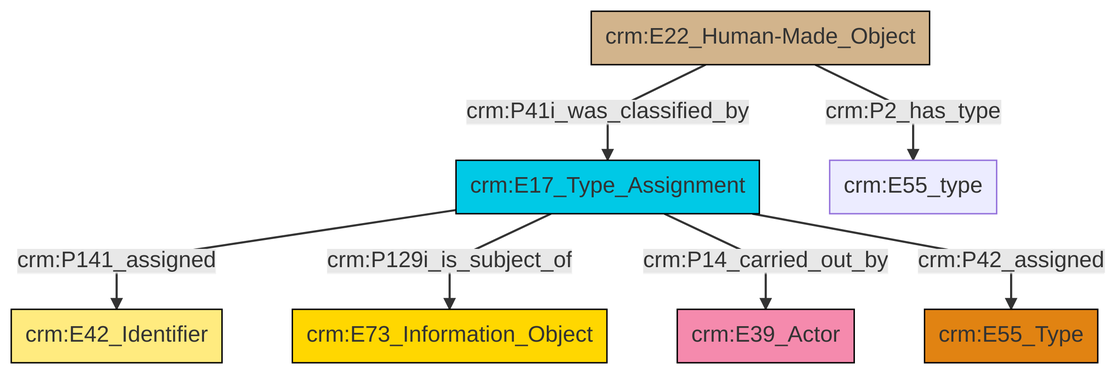
Before: et/builtWorkCSV/ttl/mmd/png/Built_Work_designation_status.png, a diagram exported from Mermaid (swiss-art-research-net/reference-data-models). Its source is kept beside it as et/builtWorkCSV/ttl/mmd/Built_Work_designation_status.ttl.mmd.
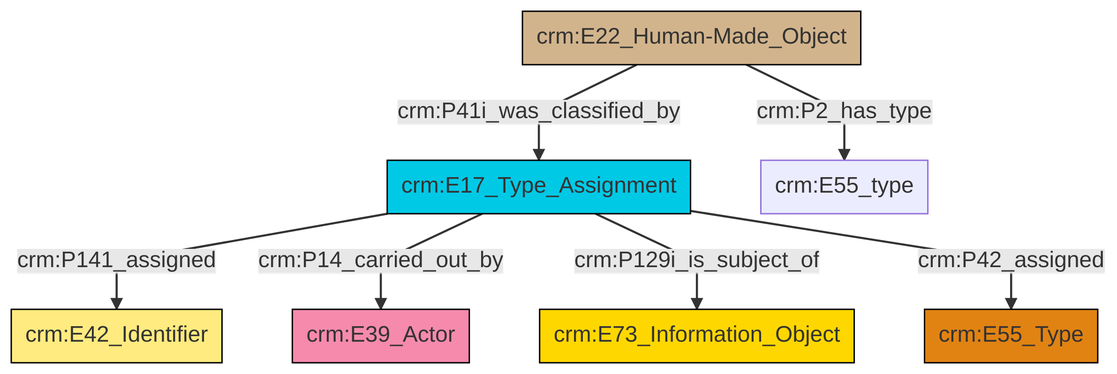
The same file after the commit.

Diff of the diagram source:
```diff
@@ -13,9 +13,9 @@
 classDef PC_Classes fill:#4ce600, stroke:#000000;
 classDef Multi fill:#cccccc,stroke:#000000;
 
-2["crm:E22_Human-Made_Object"]:::Physical_Thing -->|crm:P41i_was_classified_by| 0["crm:E17_Type_Assignment"]:::Temporal_Entity
-0["crm:E17_Type_Assignment"]:::Temporal_Entity -->|crm:P141_assigned| 3["crm:E42_Identifier"]:::Appellation
-0["crm:E17_Type_Assignment"]:::Temporal_Entity -->|crm:P129i_is_subject_of| 5["crm:E73_Information_Object"]:::Conceptual_Object
-0["crm:E17_Type_Assignment"]:::Temporal_Entity -->|crm:P14_carried_out_by| 6["crm:E39_Actor"]:::Actor
-0["crm:E17_Type_Assignment"]:::Temporal_Entity -->|crm:P42_assigned| 9["crm:E55_Type"]:::Type
-2["crm:E22_Human-Made_Object"]:::Physical_Thing -->|crm:P2_has_type| 7["crm:E55_type"]:::Default
+0["crm:E22_Human-Made_Object"]:::Physical_Thing -->|crm:P41i_was_classified_by| 1["crm:E17_Type_Assignment"]:::Temporal_Entity
+1["crm:E17_Type_Assignment"]:::Temporal_Entity -->|crm:P141_assigned| 5["crm:E42_Identifier"]:::Appellation
+1["crm:E17_Type_Assignment"]:::Temporal_Entity -->|crm:P14_carried_out_by| 6["crm:E39_Actor"]:::Actor
+1["crm:E17_Type_Assignment"]:::Temporal_Entity -->|crm:P129i_is_subject_of| 12["crm:E73_Information_Object"]:::Conceptual_Object
+1["crm:E17_Type_Assignment"]:::Temporal_Entity -->|crm:P42_assigned| 7["crm:E55_Type"]:::Type
+0["crm:E22_Human-Made_Object"]:::Physical_Thing -->|crm:P2_has_type| 3["crm:E55_type"]:::Default
```
